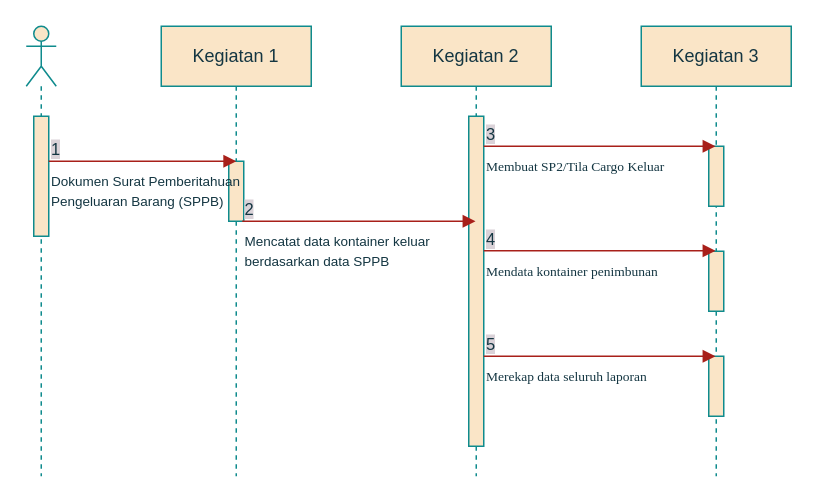
Above: page "sequence diagram keluar" (2 of 2) of Sequence Diagram pa tata.drawio in cuangshulhan/Flowchart (draw.io), before the change. Source tidied: cells renumbered, new cells numbered last; positions are measured from the earlier drawing's top-left corner, leaving out a move shared by most shapes. Both pictures are drawn from the tidied source at 150%, with x=0, y=0 at pixel (26, 26).
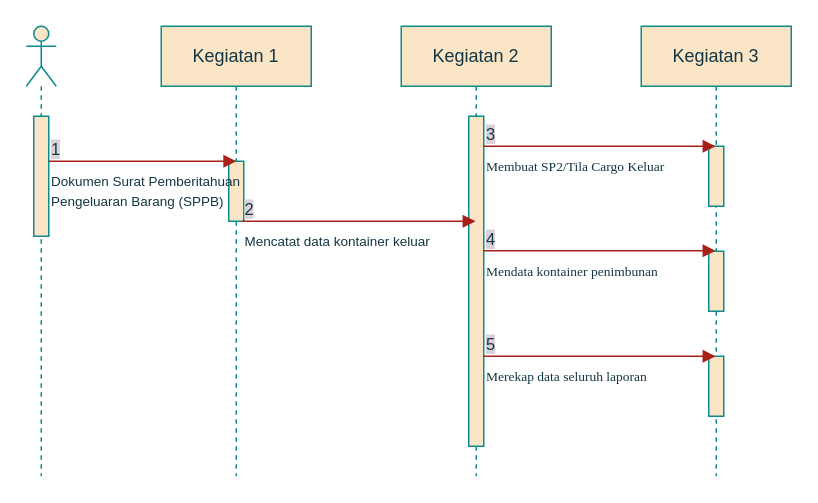
Above is the later version.

The edit, as a diff of the source:
```diff
@@
-    <mxCell id="14" value="&lt;div&gt;&lt;font style=&quot;font-size: 9px&quot;&gt;Mencatat data kontainer keluar&lt;/font&gt;&lt;/div&gt;&lt;div&gt;&lt;font style=&quot;font-size: 9px&quot;&gt;berdasarkan data SPPB&lt;br&gt;&lt;/font&gt;&lt;/div&gt;" style="endArrow=block;endFill=1;html=1;edgeStyle=orthogonalEdgeStyle;align=left;verticalAlign=top;labelBackgroundColor=none;strokeColor=#A8201A;fontColor=#143642;" parent="1" edge="1">
+    <mxCell id="14" value="&lt;div&gt;&lt;font style=&quot;font-size: 9px&quot;&gt;Mencatat data kontainer keluar&lt;/font&gt;&lt;/div&gt;" style="endArrow=block;endFill=1;html=1;edgeStyle=orthogonalEdgeStyle;align=left;verticalAlign=top;labelBackgroundColor=none;strokeColor=#A8201A;fontColor=#143642;" parent="1" edge="1">
       <mxGeometry x="-1" relative="1" as="geometry">
         <mxPoint x="144" y="130" as="sourcePoint" />
         <mxPoint x="299.5" y="130" as="targetPoint" />
       </mxGeometry>
     </mxCell>
```
